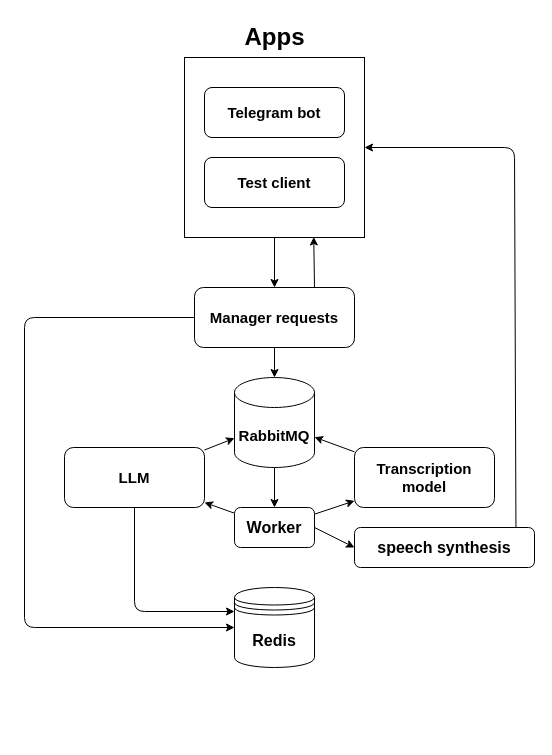
duudee0/transcription-bot keeps this draw.io diagram as mikro-services.drawio. Above is the earlier version. Source tidied: cells renumbered, new cells numbered last; positions are measured from the earlier drawing's top-left corner, leaving out a move shared by most shapes. Both pictures are drawn from the tidied source at 100%, with x=0, y=0 at pixel (24, 17).
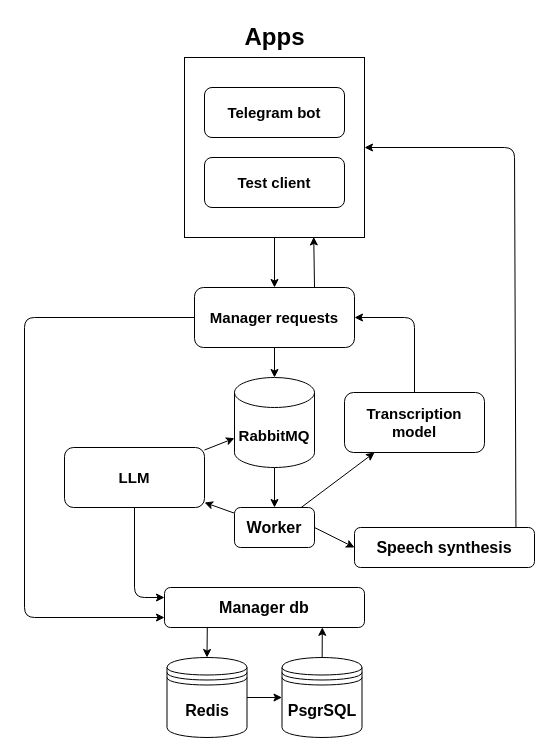
The same diagram, later.

Unchanged cells that the change refers to:
```xml
<mxCell id="8" value="&lt;span style=&quot;font-size: 15px;&quot;&gt;&lt;b&gt;Manager requests&lt;/b&gt;&lt;/span&gt;" style="rounded=1;whiteSpace=wrap;html=1;" parent="1" vertex="1">
  <mxGeometry x="170" y="270" width="160" height="60" as="geometry" />
</mxCell>
<mxCell id="10" value="&lt;font style=&quot;font-size: 15px;&quot;&gt;&lt;b&gt;RabbitMQ&lt;/b&gt;&lt;/font&gt;" style="shape=cylinder3;whiteSpace=wrap;html=1;boundedLbl=1;backgroundOutline=1;size=15;" parent="1" vertex="1">
  <mxGeometry x="210" y="360" width="80" height="90" as="geometry" />
</mxCell>
<mxCell id="17" value="&lt;span style=&quot;font-size: 15px;&quot;&gt;&lt;b&gt;LLM&lt;/b&gt;&lt;/span&gt;" style="rounded=1;whiteSpace=wrap;html=1;" parent="1" vertex="1">
  <mxGeometry x="40" y="430" width="140" height="60" as="geometry" />
</mxCell>
```

The edit, as a diff of the source:
```diff
@@
-    <mxCell id="11" style="edgeStyle=none;html=1;exitX=0;exitY=0.5;exitDx=0;exitDy=0;entryX=0;entryY=0.5;entryDx=0;entryDy=0;" parent="1" edge="1" source="8" target="12">
+    <mxCell id="11" style="edgeStyle=none;html=1;exitX=0;exitY=0.5;exitDx=0;exitDy=0;entryX=0;entryY=0.75;entryDx=0;entryDy=0;" parent="1" edge="1" source="8" target="30">
       <mxGeometry relative="1" as="geometry">
         <Array as="points">
           <mxPoint y="300" />
-          <mxPoint y="610" />
+          <mxPoint y="600" />
         </Array>
       </mxGeometry>
     </mxCell>
+    <mxCell id="25" style="edgeStyle=none;html=1;" parent="1" edge="1" source="12" target="28">
+      <mxGeometry relative="1" as="geometry" />
+    </mxCell>
     <mxCell id="12" value="&lt;b&gt;&lt;font style=&quot;font-size: 16px;&quot;&gt;Redis&lt;/font&gt;&lt;/b&gt;" style="shape=datastore;whiteSpace=wrap;html=1;" parent="1" vertex="1">
-      <mxGeometry x="210" y="570" width="80" height="80" as="geometry" />
+      <mxGeometry x="142.5" y="640" width="80" height="80" as="geometry" />
     </mxCell>
-    <mxCell id="13" style="edgeStyle=none;html=1;" parent="1" edge="1" source="14" target="10">
-      <mxGeometry relative="1" as="geometry" />
-    </mxCell>
+    <mxCell id="26" style="edgeStyle=none;html=1;exitX=0.5;exitY=0;exitDx=0;exitDy=0;entryX=1;entryY=0.5;entryDx=0;entryDy=0;" parent="1" edge="1" source="14" target="8">
+      <mxGeometry relative="1" as="geometry">
+        <Array as="points">
+          <mxPoint x="390" y="300" />
+        </Array>
+      </mxGeometry>
+    </mxCell>
     <mxCell id="14" value="&lt;span style=&quot;font-size: 15px;&quot;&gt;&lt;b&gt;Transcription model&lt;/b&gt;&lt;/span&gt;" style="rounded=1;whiteSpace=wrap;html=1;" parent="1" vertex="1">
-      <mxGeometry x="330" y="430" width="140" height="60" as="geometry" />
+      <mxGeometry x="320" y="375" width="140" height="60" as="geometry" />
     </mxCell>
@@
-    <mxCell id="16" style="edgeStyle=none;html=1;exitX=0.5;exitY=1;exitDx=0;exitDy=0;entryX=0;entryY=0.3;entryDx=0;entryDy=0;" parent="1" edge="1" source="17" target="12">
+    <mxCell id="16" style="edgeStyle=none;html=1;exitX=0.5;exitY=1;exitDx=0;exitDy=0;entryX=0;entryY=0.25;entryDx=0;entryDy=0;" parent="1" edge="1" source="17" target="30">
       <mxGeometry relative="1" as="geometry">
         <Array as="points">
-          <mxPoint x="110" y="594" />
+          <mxPoint x="110" y="580" />
         </Array>
       </mxGeometry>
     </mxCell>
@@
-    <mxCell id="23" value="&lt;font style=&quot;font-size: 16px;&quot;&gt;&lt;b&gt;speech synthesis&lt;/b&gt;&lt;/font&gt;" style="rounded=1;whiteSpace=wrap;html=1;" parent="1" vertex="1">
+    <mxCell id="23" value="&lt;font style=&quot;font-size: 16px;&quot;&gt;&lt;b&gt;Speech synthesis&lt;/b&gt;&lt;/font&gt;" style="rounded=1;whiteSpace=wrap;html=1;" parent="1" vertex="1">
       <mxGeometry x="330" y="510" width="180" height="40" as="geometry" />
     </mxCell>
@@
+    <mxCell id="27" style="edgeStyle=none;html=1;entryX=0.789;entryY=0.996;entryDx=0;entryDy=0;entryPerimeter=0;" parent="1" edge="1" source="28" target="30">
+      <mxGeometry relative="1" as="geometry" />
+    </mxCell>
+    <mxCell id="28" value="&lt;font style=&quot;font-size: 16px;&quot;&gt;&lt;b&gt;PsgrSQL&lt;/b&gt;&lt;/font&gt;" style="shape=datastore;whiteSpace=wrap;html=1;" parent="1" vertex="1">
+      <mxGeometry x="257.5" y="640" width="80" height="80" as="geometry" />
+    </mxCell>
+    <mxCell id="29" style="edgeStyle=none;html=1;entryX=0.5;entryY=0;entryDx=0;entryDy=0;exitX=0.214;exitY=0.986;exitDx=0;exitDy=0;exitPerimeter=0;" parent="1" edge="1" source="30" target="12">
+      <mxGeometry relative="1" as="geometry" />
+    </mxCell>
+    <mxCell id="30" value="&lt;span style=&quot;font-size: 16px;&quot;&gt;&lt;b&gt;Manager db&lt;/b&gt;&lt;/span&gt;" style="rounded=1;whiteSpace=wrap;html=1;" parent="1" vertex="1">
+      <mxGeometry x="140" y="570" width="200" height="40" as="geometry" />
+    </mxCell>
```
